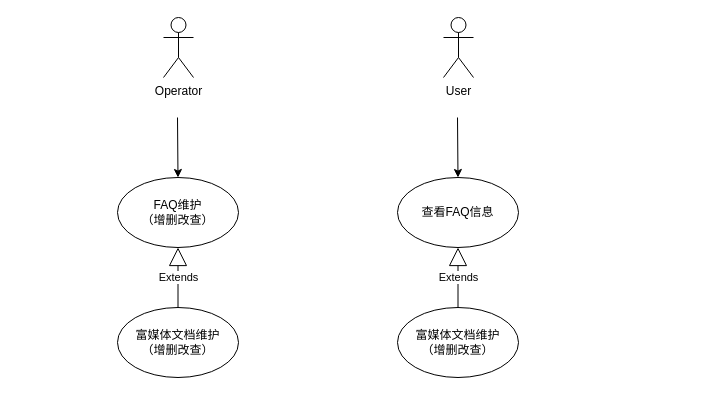
Earlier version of the draw.io diagram 宇视云App之FAQ用例视图.drawio (HuaHero/OnLineFaq). Source tidied: cells renumbered, new cells numbered last; positions are measured from the earlier drawing's top-left corner, leaving out a move shared by most shapes. Both pictures are drawn from the tidied source at 100%, with x=0, y=0 at pixel (117, 17).
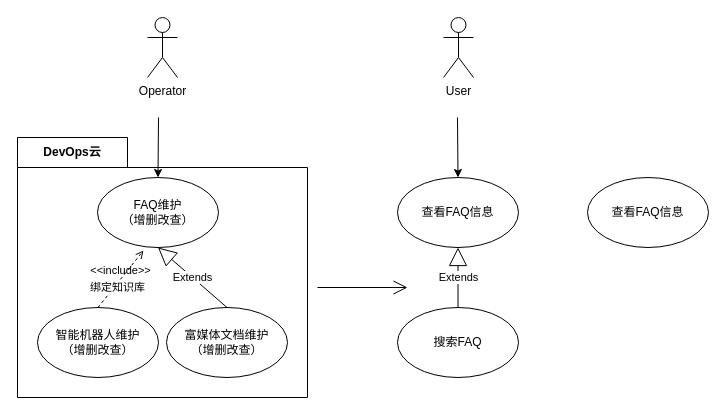
Above is the later version.

Commit message (it also covers changes not shown here):
更新宇视云App之FAQ用例视图.drawio

The edit, as a diff of the source:
```diff
@@
+    <mxCell id="12" value="DevOps云" style="shape=folder;fontStyle=1;tabWidth=110;tabHeight=30;tabPosition=left;html=1;boundedLbl=1;labelInHeader=1;whiteSpace=wrap;" parent="1" vertex="1">
+      <mxGeometry x="-100" y="120" width="290" height="260" as="geometry" />
+    </mxCell>
+    <mxCell id="13" style="html=1;strokeColor=none;fillColor=none;whiteSpace=wrap;" parent="12" vertex="1">
+      <mxGeometry width="290" height="182" relative="1" as="geometry">
+        <mxPoint y="30" as="offset" />
+      </mxGeometry>
+    </mxCell>
+    <mxCell id="14" value="智能机器人维护&lt;div&gt;（增删改查）&lt;/div&gt;" style="ellipse;whiteSpace=wrap;html=1;" parent="12" vertex="1">
+      <mxGeometry x="20" y="170" width="121" height="70" as="geometry" />
+    </mxCell>
+    <mxCell id="3" value="FAQ维护&lt;div&gt;（增删改查）&lt;/div&gt;" style="ellipse;whiteSpace=wrap;html=1;" parent="12" vertex="1">
+      <mxGeometry x="80" y="40" width="121" height="70" as="geometry" />
+    </mxCell>
+    <mxCell id="15" value="&amp;lt;&amp;lt;include&amp;gt;&amp;gt;" style="html=1;verticalAlign=bottom;labelBackgroundColor=none;endArrow=open;endFill=0;dashed=1;rounded=0;entryX=0.38;entryY=1.043;entryDx=0;entryDy=0;entryPerimeter=0;exitX=0.5;exitY=0;exitDx=0;exitDy=0;" parent="12" edge="1" source="14" target="3">
+      <mxGeometry relative="1" as="geometry" />
+    </mxCell>
+    <mxCell id="16" value="绑定知识库" style="edgeLabel;html=1;align=center;verticalAlign=middle;" parent="15" vertex="1">
+      <mxGeometry x="0.09" y="-3" relative="1" as="geometry">
+        <mxPoint x="-8" y="9" as="offset" />
+      </mxGeometry>
+    </mxCell>
     <mxCell id="2" value="Operator" style="shape=umlActor;verticalLabelPosition=bottom;verticalAlign=top;html=1;" parent="1" vertex="1">
-      <mxGeometry x="46" width="30" height="60" as="geometry" />
+      <mxGeometry x="30" width="30" height="60" as="geometry" />
     </mxCell>
-    <mxCell id="3" value="FAQ维护&lt;div&gt;（增删改查）&lt;/div&gt;" style="ellipse;whiteSpace=wrap;html=1;" parent="1" vertex="1">
-      <mxGeometry y="160" width="121" height="70" as="geometry" />
-    </mxCell>
     <mxCell id="4" value="富媒体文档维护&lt;div&gt;（增删改查）&lt;/div&gt;" style="ellipse;whiteSpace=wrap;html=1;" parent="1" vertex="1">
-      <mxGeometry y="290" width="121" height="70" as="geometry" />
+      <mxGeometry x="49" y="290" width="121" height="70" as="geometry" />
     </mxCell>
@@
     <mxCell id="6" style="endArrow=classic;html=1;rounded=0;entryX=0.5;entryY=0;entryDx=0;entryDy=0;" parent="1" edge="1" target="3">
       <mxGeometry relative="1" as="geometry">
-        <mxPoint x="60" y="100" as="sourcePoint" />
+        <mxPoint x="41" y="100" as="sourcePoint" />
       </mxGeometry>
     </mxCell>
@@
-    <mxCell id="9" value="富媒体文档维护&lt;div&gt;（增删改查）&lt;/div&gt;" style="ellipse;whiteSpace=wrap;html=1;" parent="1" vertex="1">
+    <mxCell id="9" value="搜索FAQ" style="ellipse;whiteSpace=wrap;html=1;" parent="1" vertex="1">
       <mxGeometry x="280" y="290" width="121" height="70" as="geometry" />
     </mxCell>
@@
+    <mxCell id="17" value="查看FAQ信息" style="ellipse;whiteSpace=wrap;html=1;" parent="1" vertex="1">
+      <mxGeometry x="470" y="160" width="121" height="70" as="geometry" />
+    </mxCell>
+    <mxCell id="18" style="endArrow=open;endFill=1;endSize=12;html=1;rounded=0;" parent="1" edge="1">
+      <mxGeometry relative="1" as="geometry">
+        <mxPoint x="200" y="270" as="sourcePoint" />
+        <mxPoint x="290" y="270" as="targetPoint" />
+      </mxGeometry>
+    </mxCell>
```
